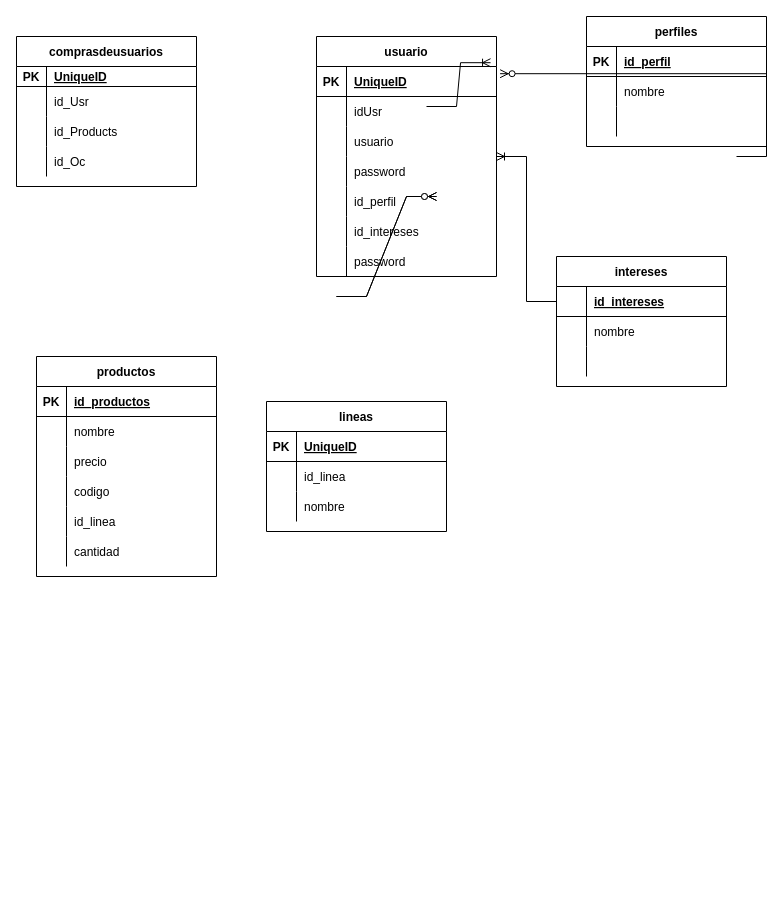
Above: diagrams_ecohoney.drawio in Heidymarg/grupo_9_ecohoney (draw.io), before the change. Source tidied: cells renumbered, new cells numbered last; positions are measured from the earlier drawing's top-left corner, leaving out a move shared by most shapes. Both pictures are drawn from the tidied source at 100%, with x=0, y=0 at pixel (16, 16).
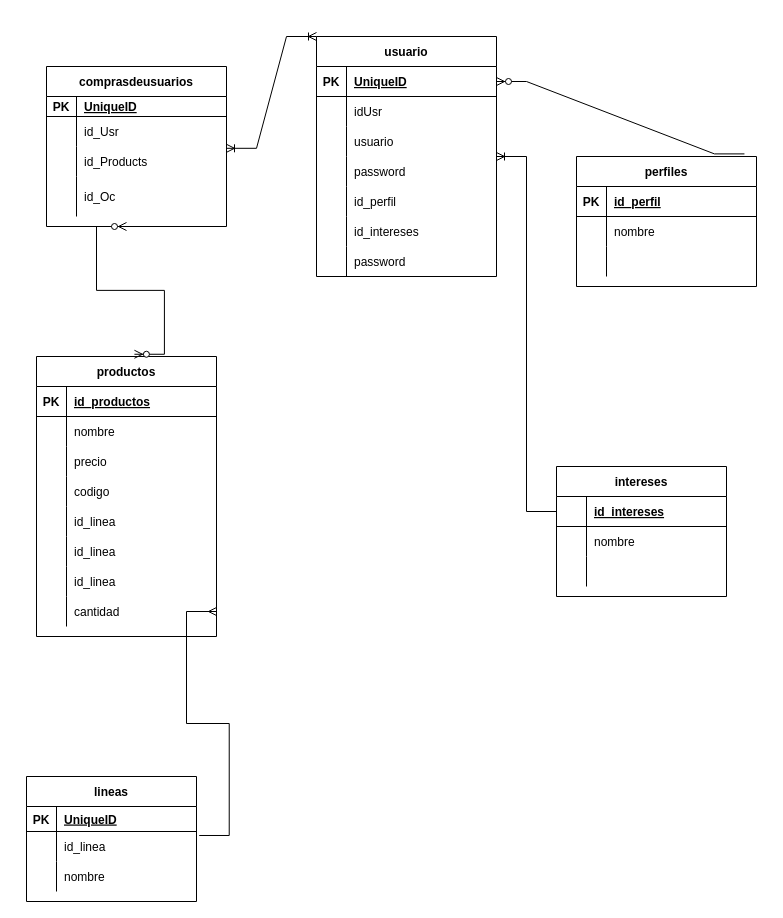
Above is the later version.

Unchanged cells that the change refers to:
```xml
<mxCell id="9" style="shape=partialRectangle;fillColor=none;top=0;left=0;bottom=0;right=0;points=[[0,0.5],[1,0.5]];portConstraint=eastwest;" parent="2" vertex="1">
  <mxGeometry y="80" width="180" height="30" as="geometry" />
</mxCell>
<mxCell id="15" value="usuario" style="shape=table;startSize=30;childLayout=tableLayout;rowLines=0;fontStyle=1;align=center;" parent="1" vertex="1">
  <mxGeometry x="300" y="20" width="180" height="240" as="geometry" />
</mxCell>
<mxCell id="16" style="shape=partialRectangle;fillColor=none;top=0;left=0;bottom=1;right=0;points=[[0,0.5],[1,0.5]];portConstraint=eastwest;" parent="15" vertex="1">
  <mxGeometry y="30" width="180" height="30" as="geometry" />
</mxCell>
```

Diff of the diagram source:
```diff
@@
     <mxCell id="2" value="comprasdeusuarios" style="shape=table;startSize=30;childLayout=tableLayout;rowLines=0;fontStyle=1;align=center;" parent="1" vertex="1">
-      <mxGeometry y="20" width="180" height="150" as="geometry" />
+      <mxGeometry x="30" y="50" width="180" height="160" as="geometry" />
     </mxCell>
@@
     <mxCell id="12" style="shape=partialRectangle;fillColor=none;top=0;left=0;bottom=0;right=0;" parent="2" vertex="1">
-      <mxGeometry y="110" width="180" height="30" as="geometry" />
+      <mxGeometry y="110" width="180" height="40" as="geometry" />
     </mxCell>
     <mxCell id="13" style="shape=partialRectangle;fillColor=none;top=0;left=0;bottom=0;right=0;overflow=hidden;" parent="12" vertex="1">
-      <mxGeometry width="30" height="30" as="geometry" />
+      <mxGeometry width="30" height="40" as="geometry" />
     </mxCell>
     <mxCell id="14" value="id_Oc" style="shape=partialRectangle;fillColor=none;top=0;left=0;bottom=0;right=0;align=left;spacingLeft=6;overflow=hidden;" parent="12" vertex="1">
-      <mxGeometry x="30" width="150" height="30" as="geometry" />
+      <mxGeometry x="30" width="150" height="40" as="geometry" />
     </mxCell>
@@
     <mxCell id="37" value="perfiles" style="shape=table;startSize=30;childLayout=tableLayout;rowLines=0;fontStyle=1;align=center;" parent="1" vertex="1">
-      <mxGeometry x="570" width="180" height="130" as="geometry" />
+      <mxGeometry x="560" y="140" width="180" height="130" as="geometry" />
     </mxCell>
@@
     <mxCell id="47" value="intereses" style="shape=table;startSize=30;childLayout=tableLayout;rowLines=0;fontStyle=1;align=center;" parent="1" vertex="1">
-      <mxGeometry x="540" y="240" width="170" height="130" as="geometry" />
+      <mxGeometry x="540" y="450" width="170" height="130" as="geometry" />
     </mxCell>
@@
     <mxCell id="57" value="productos" style="shape=table;startSize=30;childLayout=tableLayout;rowLines=0;fontStyle=1;align=center;" parent="1" vertex="1">
-      <mxGeometry x="20" y="340" width="180" height="220" as="geometry" />
+      <mxGeometry x="20" y="340" width="180" height="280" as="geometry" />
     </mxCell>
@@
+    <mxCell id="91" style="shape=partialRectangle;fillColor=none;top=0;left=0;bottom=0;right=0;" parent="57" vertex="1">
+      <mxGeometry y="180" width="180" height="30" as="geometry" />
+    </mxCell>
+    <mxCell id="92" style="shape=partialRectangle;fillColor=none;top=0;left=0;bottom=0;right=0;overflow=hidden;" parent="91" vertex="1">
+      <mxGeometry width="30" height="30" as="geometry" />
+    </mxCell>
+    <mxCell id="93" value="id_linea" style="shape=partialRectangle;fillColor=none;top=0;left=0;bottom=0;right=0;align=left;spacingLeft=6;overflow=hidden;" parent="91" vertex="1">
+      <mxGeometry x="30" width="150" height="30" as="geometry" />
+    </mxCell>
+    <mxCell id="94" style="shape=partialRectangle;fillColor=none;top=0;left=0;bottom=0;right=0;" parent="57" vertex="1">
+      <mxGeometry y="210" width="180" height="30" as="geometry" />
+    </mxCell>
+    <mxCell id="95" style="shape=partialRectangle;fillColor=none;top=0;left=0;bottom=0;right=0;overflow=hidden;" parent="94" vertex="1">
+      <mxGeometry width="30" height="30" as="geometry" />
+    </mxCell>
+    <mxCell id="96" value="id_linea" style="shape=partialRectangle;fillColor=none;top=0;left=0;bottom=0;right=0;align=left;spacingLeft=6;overflow=hidden;" parent="94" vertex="1">
+      <mxGeometry x="30" width="150" height="30" as="geometry" />
+    </mxCell>
     <mxCell id="73" style="shape=partialRectangle;fillColor=none;top=0;left=0;bottom=0;right=0;points=[[0,0.5],[1,0.5]];portConstraint=eastwest;" parent="57" vertex="1">
-      <mxGeometry y="180" width="180" height="30" as="geometry" />
+      <mxGeometry y="240" width="180" height="30" as="geometry" />
     </mxCell>
@@
     <mxCell id="76" value="lineas" style="shape=table;startSize=30;childLayout=tableLayout;rowLines=0;fontStyle=1;align=center;" parent="1" vertex="1">
-      <mxGeometry x="250" y="385" width="180" height="130" as="geometry" />
+      <mxGeometry x="10" y="760" width="170" height="125" as="geometry" />
     </mxCell>
     <mxCell id="77" style="shape=partialRectangle;fillColor=none;top=0;left=0;bottom=1;right=0;" parent="76" vertex="1">
-      <mxGeometry y="30" width="180" height="30" as="geometry" />
+      <mxGeometry y="30" width="170" height="25" as="geometry" />
     </mxCell>
     <mxCell id="78" value="PK" style="shape=partialRectangle;fillColor=none;top=0;left=0;bottom=0;right=0;fontStyle=1;overflow=hidden;" parent="77" vertex="1">
-      <mxGeometry width="30" height="30" as="geometry" />
+      <mxGeometry width="30" height="25" as="geometry" />
     </mxCell>
     <mxCell id="79" value="UniqueID" style="shape=partialRectangle;fillColor=none;top=0;left=0;bottom=0;right=0;align=left;spacingLeft=6;fontStyle=5;overflow=hidden;" parent="77" vertex="1">
-      <mxGeometry x="30" width="150" height="30" as="geometry" />
+      <mxGeometry x="30" width="140" height="25" as="geometry" />
     </mxCell>
     <mxCell id="80" style="shape=partialRectangle;fillColor=none;top=0;left=0;bottom=0;right=0;points=[[0,0.5],[1,0.5]];portConstraint=eastwest;" parent="76" vertex="1">
-      <mxGeometry y="60" width="180" height="30" as="geometry" />
+      <mxGeometry y="55" width="170" height="30" as="geometry" />
     </mxCell>
@@
     <mxCell id="82" value="id_linea" style="shape=partialRectangle;fillColor=none;top=0;left=0;bottom=0;right=0;align=left;spacingLeft=6;overflow=hidden;" parent="80" vertex="1">
-      <mxGeometry x="30" width="150" height="30" as="geometry" />
+      <mxGeometry x="30" width="140" height="30" as="geometry" />
     </mxCell>
     <mxCell id="83" style="shape=partialRectangle;fillColor=none;top=0;left=0;bottom=0;right=0;" parent="76" vertex="1">
-      <mxGeometry y="90" width="180" height="30" as="geometry" />
+      <mxGeometry y="85" width="170" height="30" as="geometry" />
     </mxCell>
@@
     <mxCell id="85" value="nombre" style="shape=partialRectangle;fillColor=none;top=0;left=0;bottom=0;right=0;align=left;spacingLeft=6;overflow=hidden;" parent="83" vertex="1">
-      <mxGeometry x="30" width="150" height="30" as="geometry" />
+      <mxGeometry x="30" width="140" height="30" as="geometry" />
     </mxCell>
-    <mxCell id="86" style="edgeStyle=entityRelationEdgeStyle;fontSize=12;html=1;endArrow=ERzeroToMany;endFill=1;rounded=0;" parent="1" edge="1">
-      <mxGeometry relative="1" as="geometry">
-        <mxPoint x="320" y="280" as="sourcePoint" />
-        <mxPoint x="420" y="180" as="targetPoint" />
-      </mxGeometry>
-    </mxCell>
-    <mxCell id="87" style="edgeStyle=entityRelationEdgeStyle;fontSize=12;html=1;endArrow=ERzeroToMany;endFill=1;rounded=0;" parent="1" edge="1">
-      <mxGeometry relative="1" as="geometry">
-        <mxPoint x="320" y="280" as="sourcePoint" />
-        <mxPoint x="420" y="180" as="targetPoint" />
-      </mxGeometry>
-    </mxCell>
-    <mxCell id="88" style="edgeStyle=entityRelationEdgeStyle;fontSize=12;html=1;endArrow=ERzeroToMany;endFill=1;rounded=0;entryX=1.02;entryY=0.24;entryDx=0;entryDy=0;entryPerimeter=0;" parent="1" edge="1" target="16">
-      <mxGeometry relative="1" as="geometry">
-        <mxPoint x="720" y="140" as="sourcePoint" />
-      </mxGeometry>
+    <mxCell id="88" style="edgeStyle=entityRelationEdgeStyle;fontSize=12;html=1;endArrow=ERzeroToMany;endFill=1;rounded=0;entryX=1;entryY=0.5;entryDx=0;entryDy=0;entryPerimeter=0;exitX=0.933;exitY=-0.02;exitDx=0;exitDy=0;exitPerimeter=0;" parent="1" edge="1" source="37" target="16">
+      <mxGeometry relative="1" as="geometry" />
     </mxCell>
@@
-    <mxCell id="90" style="edgeStyle=entityRelationEdgeStyle;fontSize=12;html=1;endArrow=ERoneToMany;rounded=0;entryX=0.967;entryY=-0.127;entryDx=0;entryDy=0;entryPerimeter=0;" parent="1" edge="1" target="16">
-      <mxGeometry relative="1" as="geometry">
-        <mxPoint x="410" y="90" as="sourcePoint" />
-      </mxGeometry>
-    </mxCell>
+    <mxCell id="97" style="edgeStyle=entityRelationEdgeStyle;fontSize=12;html=1;endArrow=ERzeroToMany;endFill=1;startArrow=ERzeroToMany;rounded=0;exitX=0.544;exitY=-0.008;exitDx=0;exitDy=0;exitPerimeter=0;" parent="1" edge="1" source="57">
+      <mxGeometry relative="1" as="geometry">
+        <mxPoint x="110" y="210" as="targetPoint" />
+      </mxGeometry>
+    </mxCell>
+    <mxCell id="98" style="edgeStyle=entityRelationEdgeStyle;fontSize=12;html=1;endArrow=ERoneToMany;startArrow=ERoneToMany;rounded=0;entryX=0;entryY=0;entryDx=0;entryDy=0;exitX=1;exitY=0.06;exitDx=0;exitDy=0;exitPerimeter=0;" parent="1" edge="1" source="9" target="15">
+      <mxGeometry relative="1" as="geometry" />
+    </mxCell>
+    <mxCell id="99" style="edgeStyle=entityRelationEdgeStyle;fontSize=12;html=1;endArrow=ERmany;rounded=0;entryX=1;entryY=0.5;entryDx=0;entryDy=0;exitX=1.016;exitY=0.133;exitDx=0;exitDy=0;exitPerimeter=0;" parent="1" edge="1" source="80" target="73">
+      <mxGeometry relative="1" as="geometry" />
+    </mxCell>
```
